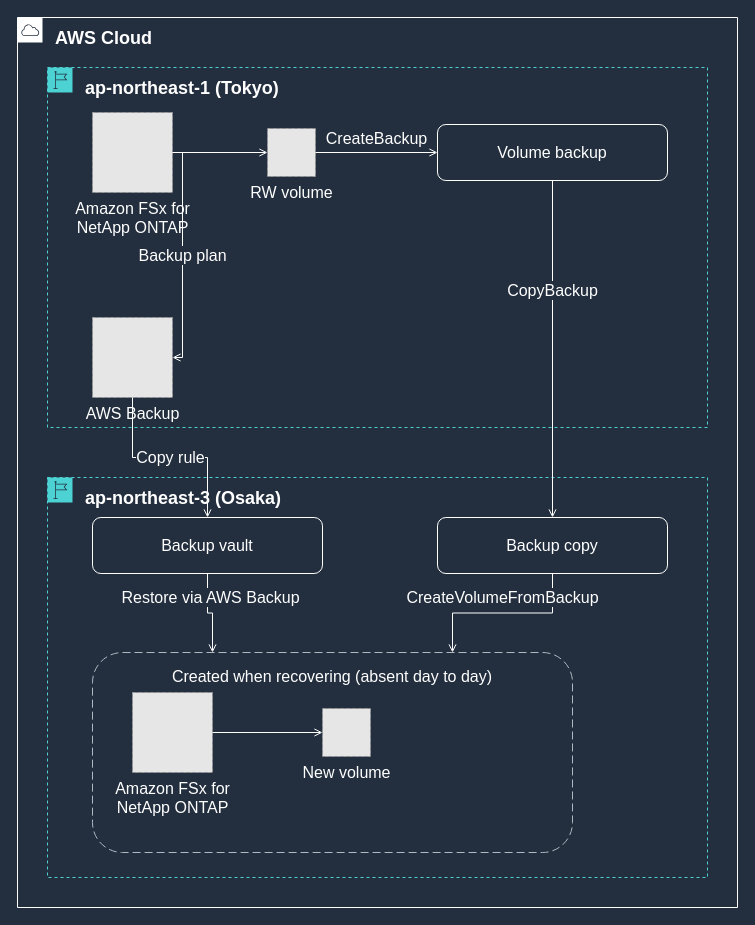
This is docs/_assets/diagrams/backup-copy-cross-region-en-dark.drawio from Yoshiki0705/FSx-for-ONTAP-Adoption-Playbook, a draw.io file, before an edit. Source tidied: cells renumbered, new cells numbered last; positions are measured from the earlier drawing's top-left corner, leaving out a move shared by most shapes. Both pictures are drawn from the tidied source at 100%, with x=0, y=0 at pixel (17, 17). Pictures stored in the file or linked from it are replaced by grey dashed boxes.
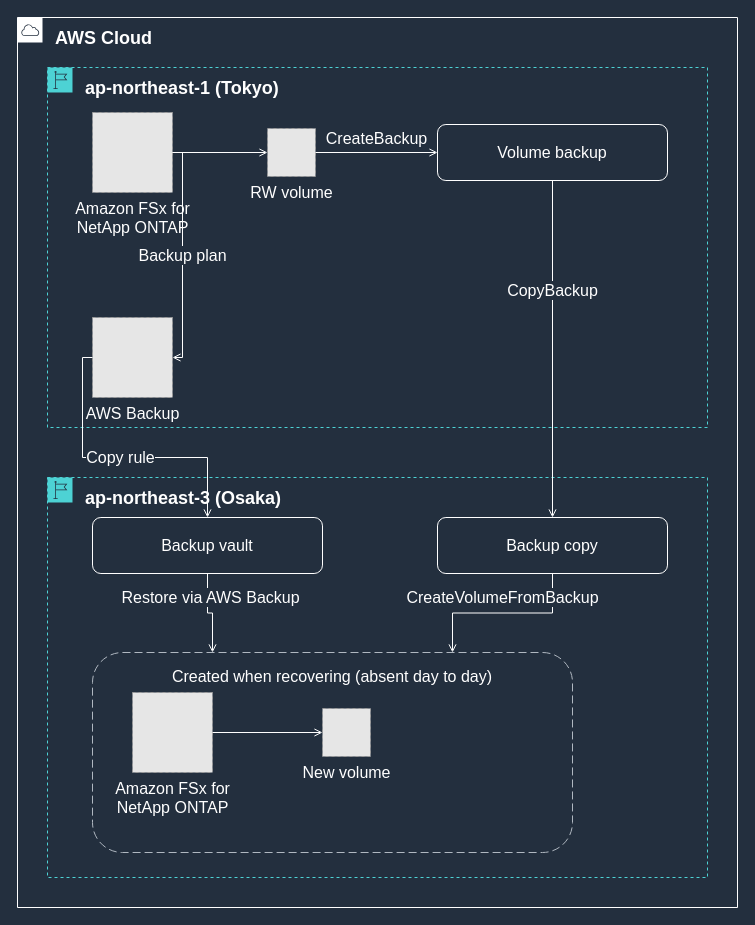
After the change.

Unchanged cells that the change refers to:
```xml
<mxCell id="8" value="Backup vault" style="rounded=1;whiteSpace=wrap;html=1;strokeColor=#FFFFFF;fillColor=none;fontColor=#FFFFFF;fontSize=16;verticalAlign=middle;align=center;" parent="1" vertex="1">
  <mxGeometry x="75" y="500" width="230" height="56" as="geometry" />
</mxCell>
<mxCell id="11" value="AWS Backup" style="fillColor=#E6E6E6;strokeColor=#999999;dashed=1;html=1;verticalLabelPosition=bottom;verticalAlign=top;labelPosition=center;align=center;fontSize=16;fontColor=#FFFFFF;" parent="1" vertex="1">
  <mxGeometry x="75" y="300" width="80" height="80" as="geometry" />
</mxCell>
```

Change to the diagram source:
```diff
@@
-    <mxCell id="18" value="Copy rule" style="edgeStyle=orthogonalEdgeStyle;rounded=0;html=1;endArrow=open;endFill=0;strokeColor=#FFFFFF;strokeWidth=1;fontSize=16;fontColor=#FFFFFF;labelBackgroundColor=#232F3E;exitX=0.5;exitY=1.0;exitDx=0;exitDy=0;entryX=0.5;entryY=0.0;entryDx=0;entryDy=0;" parent="1" edge="1" source="11" target="8">
+    <mxCell id="18" value="Copy rule" style="edgeStyle=orthogonalEdgeStyle;rounded=0;html=1;endArrow=open;endFill=0;strokeColor=#FFFFFF;strokeWidth=1;fontSize=16;fontColor=#FFFFFF;labelBackgroundColor=#232F3E;exitX=0.0;exitY=0.5;exitDx=0;exitDy=0;entryX=0.5;entryY=0.0;entryDx=0;entryDy=0;" parent="1" edge="1" source="11" target="8">
       <mxGeometry relative="1" as="geometry" />
     </mxCell>
```
